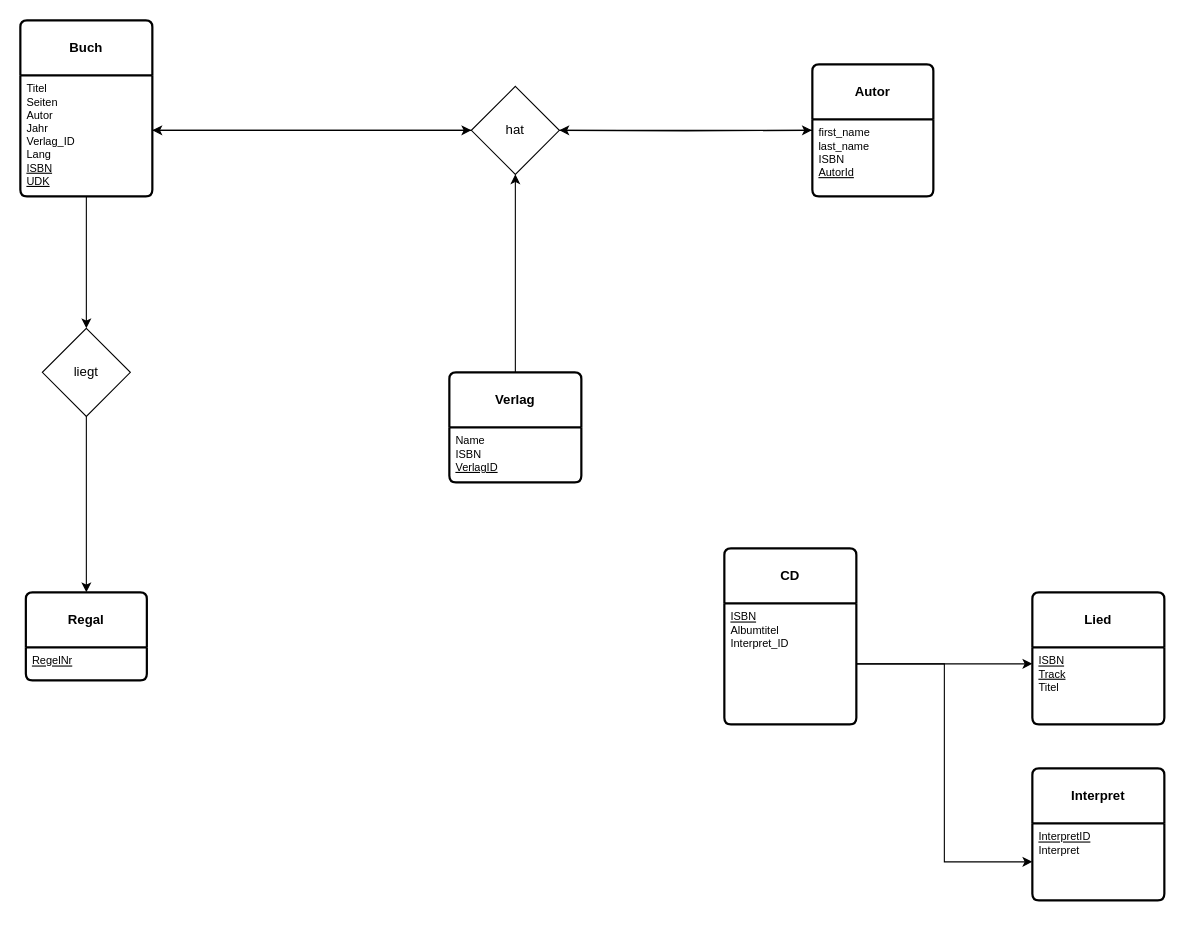
Above: Book_ERD.drawio in yousufyesil/bonusql (draw.io), before the change. Source tidied: cells renumbered, new cells numbered last; positions are measured from the earlier drawing's top-left corner, leaving out a move shared by most shapes. Both pictures are drawn from the tidied source at 110%, with x=0, y=0 at pixel (20, 20).
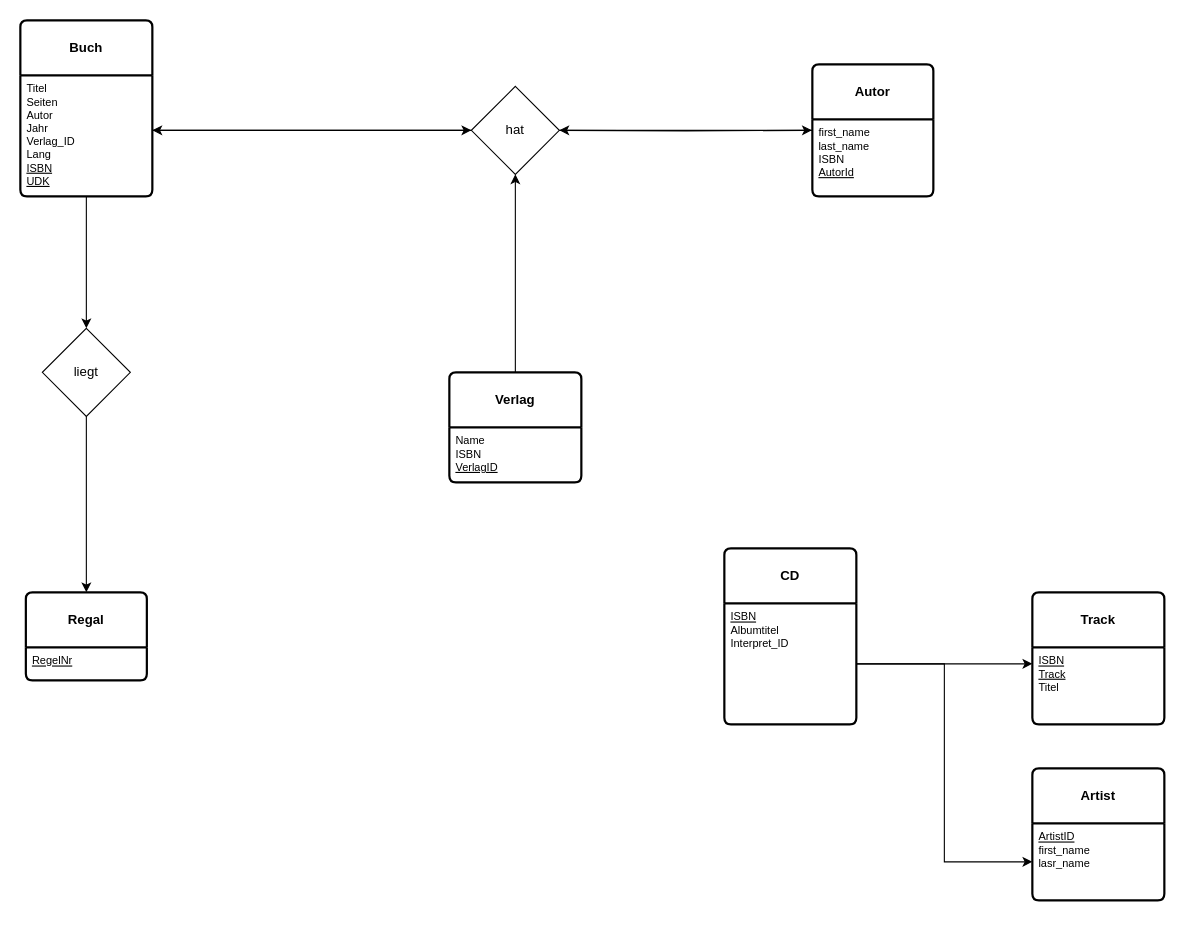
After the change.

Commit message (it also covers changes not shown here):
Hinzufügen der CD, Artist und Track Relationen. Anpassung des ER-Diagrammes

Change to the diagram source:
```diff
@@
-    <mxCell id="28" value="Lied" style="swimlane;horizontal=1;startSize=50;rounded=1;strokeWidth=2;shadow=0;dashed=0;align=center;arcSize=4;whiteSpace=wrap;html=1;" parent="1" vertex="1">
+    <mxCell id="28" value="Track" style="swimlane;horizontal=1;startSize=50;rounded=1;strokeWidth=2;shadow=0;dashed=0;align=center;arcSize=4;whiteSpace=wrap;html=1;" parent="1" vertex="1">
       <mxGeometry x="920" y="520" width="120" height="120" as="geometry" />
     </mxCell>
@@
-    <mxCell id="31" value="Interpret" style="swimlane;horizontal=1;startSize=50;rounded=1;strokeWidth=2;shadow=0;dashed=0;align=center;arcSize=4;whiteSpace=wrap;html=1;" parent="1" vertex="1">
+    <mxCell id="31" value="Artist" style="swimlane;horizontal=1;startSize=50;rounded=1;strokeWidth=2;shadow=0;dashed=0;align=center;arcSize=4;whiteSpace=wrap;html=1;" parent="1" vertex="1">
       <mxGeometry x="920" y="680" width="120" height="120" as="geometry" />
     </mxCell>
-    <mxCell id="32" value="&lt;div style=&quot;font-size: 10px;&quot;&gt;&lt;u&gt;InterpretID&lt;/u&gt;&lt;/div&gt;&lt;div style=&quot;font-size: 10px;&quot;&gt;Interpret&lt;/div&gt;" style="align=left;strokeColor=none;fillColor=none;spacingLeft=4;fontSize=10;verticalAlign=top;html=1;" parent="31" vertex="1">
+    <mxCell id="32" value="&lt;div style=&quot;font-size: 10px;&quot;&gt;&lt;span style=&quot;background-color: initial;&quot;&gt;&lt;u&gt;ArtistID&lt;br&gt;&lt;/u&gt;first_name&lt;/span&gt;&lt;br&gt;&lt;/div&gt;&lt;div style=&quot;font-size: 10px;&quot;&gt;&lt;span style=&quot;background-color: initial;&quot;&gt;lasr_name&lt;/span&gt;&lt;/div&gt;" style="align=left;strokeColor=none;fillColor=none;spacingLeft=4;fontSize=10;verticalAlign=top;html=1;" parent="31" vertex="1">
       <mxGeometry y="50" width="120" height="70" as="geometry" />
     </mxCell>
```
